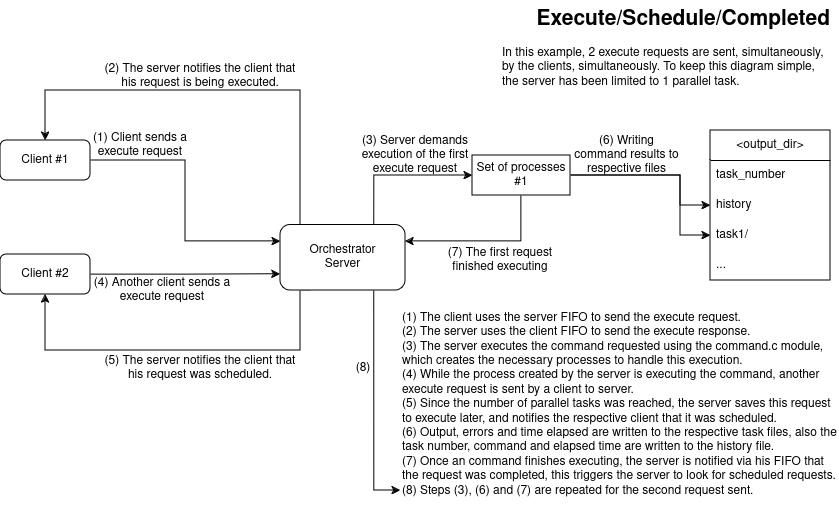
This is report/diagrams/execute.png from migueltc13/project-OS, a draw.io export, as it was before one commit. Source tidied: cells renumbered, new cells last; positions are measured from the earlier drawing's top-left corner, leaving out a move shared by most shapes.
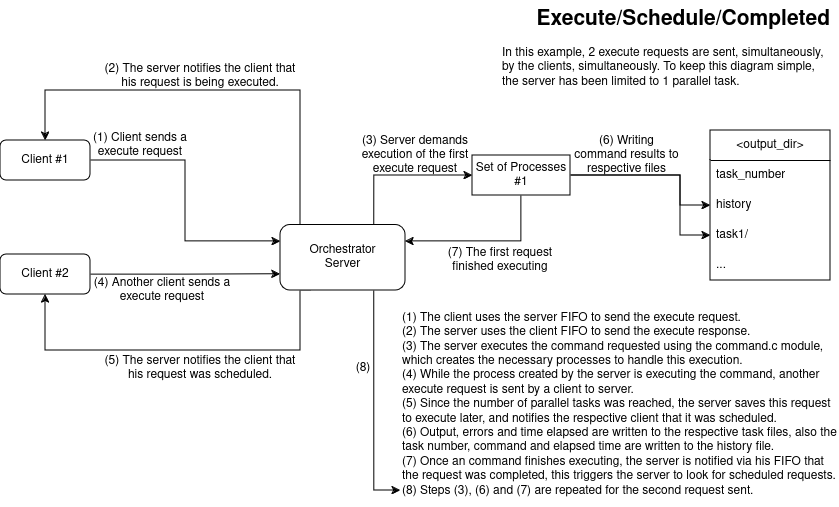
The same file after the commit.

Commit message:
Update execute diagram

Diff of the diagram source:
```diff
@@ -97,7 +97,7 @@
         </Array>
       </mxGeometry>
     </mxCell>
-    <mxCell id="25" value="Set of processes #1" style="rounded=0;whiteSpace=wrap;html=1;" parent="1" vertex="1">
+    <mxCell id="25" value="Set of Processes #1" style="rounded=0;whiteSpace=wrap;html=1;" parent="1" vertex="1">
       <mxGeometry x="472" y="155" width="98" height="40" as="geometry" />
     </mxCell>
     <mxCell id="26" value="(3) Server demands execution of the first execute request" style="text;html=1;align=center;verticalAlign=middle;whiteSpace=wrap;rounded=0;" parent="1" vertex="1">
```
